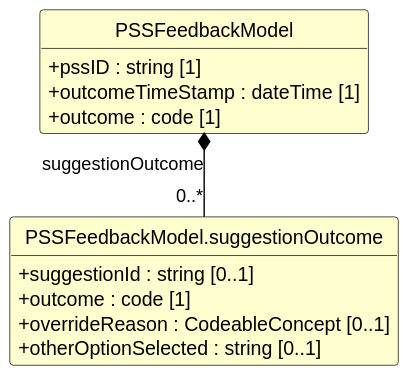
The PlantUML diagram exports/diagrams/PSSFeedbackModel-uml.svg in caresets/caresets-src, before a commit.
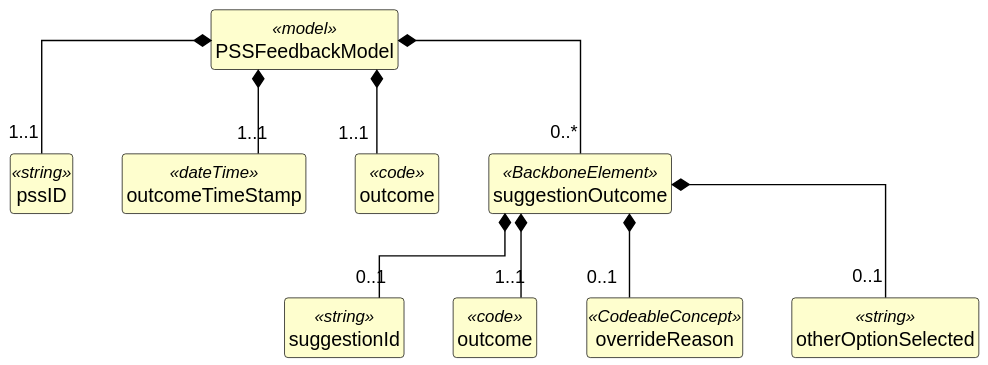
Above is the later version.

Change to the diagram source:
```diff
@@ -12,18 +12,39 @@
 hide circle
 hide empty members
 
-class "PSSFeedbackModel" as PSSFeedbackModel {
-  +pssID : string [1]
-  +outcomeTimeStamp : dateTime [1]
-  +outcome : code [1]
+class "PSSFeedbackModel" as PSSFeedbackModel <<model>> {
 }
 
-class "PSSFeedbackModel.suggestionOutcome" as PSSFeedbackModel_suggestionOutcome {
-  +suggestionId : string [0..1]
-  +outcome : code [1]
-  +overrideReason : CodeableConcept [0..1]
-  +otherOptionSelected : string [0..1]
+class "pssID" as PSSFeedbackModel_pssID <<string>> {
 }
 
-PSSFeedbackModel *-- "0..*" PSSFeedbackModel_suggestionOutcome : suggestionOutcome
+class "outcomeTimeStamp" as PSSFeedbackModel_outcomeTimeStamp <<dateTime>> {
+}
+
+class "outcome" as PSSFeedbackModel_outcome <<code>> {
+}
+
+class "suggestionOutcome" as PSSFeedbackModel_suggestionOutcome <<BackboneElement>> {
+}
+
+class "suggestionId" as PSSFeedbackModel_suggestionOutcome_suggestionId <<string>> {
+}
+
+class "outcome" as PSSFeedbackModel_suggestionOutcome_outcome <<code>> {
+}
+
+class "overrideReason" as PSSFeedbackModel_suggestionOutcome_overrideReason <<CodeableConcept>> {
+}
+
+class "otherOptionSelected" as PSSFeedbackModel_suggestionOutcome_otherOptionSelected <<string>> {
+}
+
+PSSFeedbackModel *-- "1..1" PSSFeedbackModel_pssID
+PSSFeedbackModel *-- "1..1" PSSFeedbackModel_outcomeTimeStamp
+PSSFeedbackModel *-- "1..1" PSSFeedbackModel_outcome
+PSSFeedbackModel *-- "0..*" PSSFeedbackModel_suggestionOutcome
+PSSFeedbackModel_suggestionOutcome *-- "0..1" PSSFeedbackModel_suggestionOutcome_suggestionId
+PSSFeedbackModel_suggestionOutcome *-- "1..1" PSSFeedbackModel_suggestionOutcome_outcome
+PSSFeedbackModel_suggestionOutcome *-- "0..1" PSSFeedbackModel_suggestionOutcome_overrideReason
+PSSFeedbackModel_suggestionOutcome *-- "0..1" PSSFeedbackModel_suggestionOutcome_otherOptionSelected
 @enduml
```
